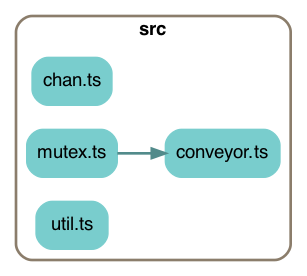
cinnamon-bun/concurrency-friends keeps this Graphviz diagram as depchart/depchart-basic.png. Above is the earlier version. Its source is kept beside it as depchart/depchart-basic.dot.
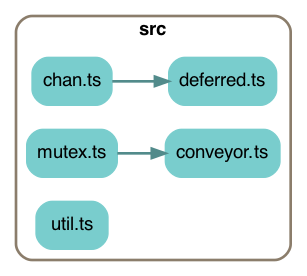
Above is the later version.

Commit message:
depchart for new chan

What changed in the source:
```diff
@@ -7,7 +7,7 @@
     edge [fontname = "helvetica"];
 
 
-    subgraph cluster5960195471 {
+    subgraph cluster2311094660 {
         label=<<b>src</b>>;
         style="rounded";
         color=bisque4;
@@ -15,10 +15,12 @@
 
         "src/chan.ts" [label="chan.ts", shape=rectangle; style="rounded,filled"; color=darkslategray3];
         "src/conveyor.ts" [label="conveyor.ts", shape=rectangle; style="rounded,filled"; color=darkslategray3];
+        "src/deferred.ts" [label="deferred.ts", shape=rectangle; style="rounded,filled"; color=darkslategray3];
         "src/mutex.ts" [label="mutex.ts", shape=rectangle; style="rounded,filled"; color=darkslategray3];
         "src/util.ts" [label="util.ts", shape=rectangle; style="rounded,filled"; color=darkslategray3];
     }
 
+    "src/chan.ts" -> "src/deferred.ts" [penwidth=2; color=darkslategray4];
     "src/mutex.ts" -> "src/conveyor.ts" [penwidth=2; color=darkslategray4];
 
 }
```
